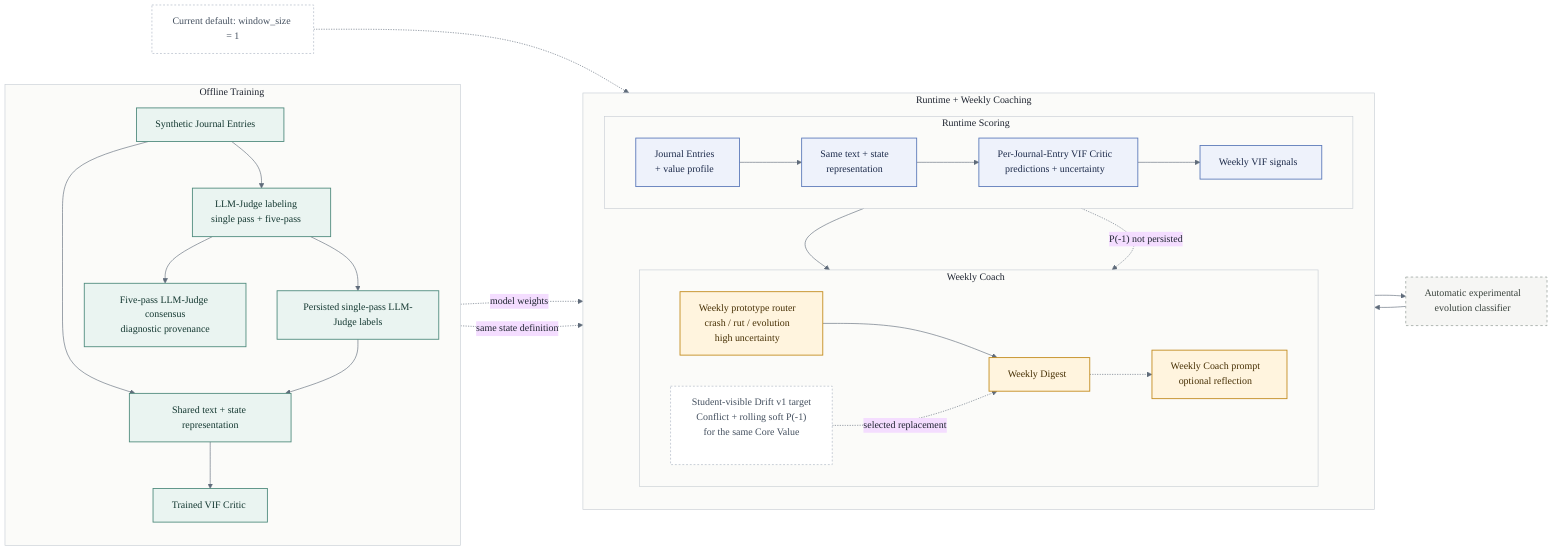
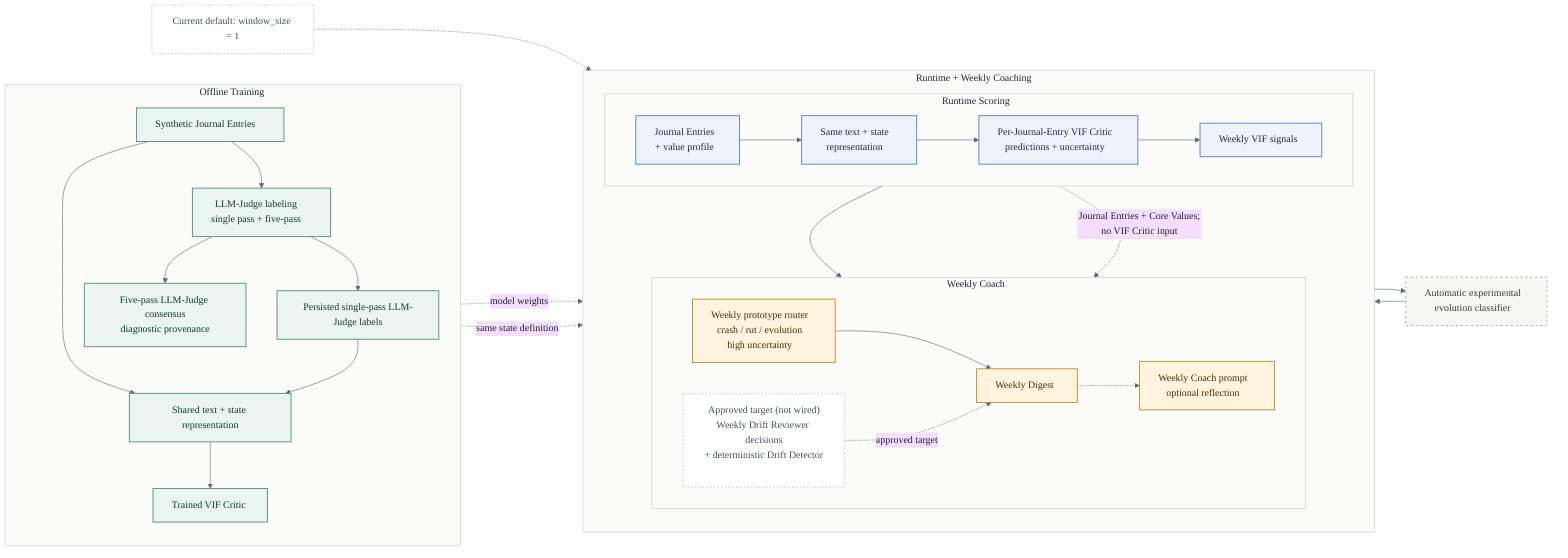
%%{init: {
  'theme': 'base',
  'themeVariables': {
    'fontFamily': 'Aptos, Calibri, Arial, sans-serif',
    'background': '#FFFFFF',
    'lineColor': '#5F6B7A',
    'primaryTextColor': '#1E2430',
    'secondaryTextColor': '#1E2430',
    'tertiaryTextColor': '#1E2430',
    'clusterBkg': '#FBFBF9',
    'clusterBorder': '#C7CDD4'
  }
}}%%
flowchart LR
    classDef offline fill:#EAF4F1,stroke:#4E8A7C,color:#143831,stroke-width:1.4px;
    classDef runtime fill:#EEF2FB,stroke:#5A78B9,color:#1C2A4A,stroke-width:1.4px;
    classDef coach fill:#FFF4DE,stroke:#C28A1B,color:#473004,stroke-width:1.4px;
    classDef optional fill:#F6F6F4,stroke:#9AA39D,color:#38413B,stroke-dasharray: 4 4,stroke-width:1.2px;
    classDef note fill:#FFFFFF,stroke:#AAB4C2,color:#44505F,stroke-dasharray: 3 3;

    subgraph offline_lane["Offline Training"]
        direction TB
        synth["Synthetic Journal Entries"]
        judge["LLM-Judge labeling<br/>single pass + five-pass"]
        labels["Persisted single-pass LLM-Judge labels"]
        consensus["Five-pass LLM-Judge consensus<br/>diagnostic provenance"]
        shared_train["Shared text + state representation"]
        critic_model["Trained VIF Critic"]
        synth --> shared_train --> critic_model
        synth --> judge
        judge --> labels
        judge --> consensus
        labels --> shared_train
    end

    subgraph product_lane["Runtime + Weekly Coaching"]
        direction TB
        subgraph runtime_lane["Runtime Scoring"]
            direction LR
            history["Journal Entries<br/>+ value profile"]
            shared_runtime["Same text + state<br/>representation"]
            entry_scores["Per-Journal-Entry VIF Critic<br/>predictions + uncertainty"]
            weekly["Weekly VIF signals"]
            history --> shared_runtime --> entry_scores --> weekly
        end
        subgraph coach_lane["Weekly Coach"]
            direction LR
            drift["Weekly prototype router<br/>crash / rut / evolution<br/>high uncertainty"]
-             drift_v1["Student-visible Drift v1 target<br/>Conflict + rolling soft P(-1)<br/>for the same Core Value"]
+             drift_v1["Approved target (not wired)<br/>Weekly Drift Reviewer decisions<br/>+ deterministic Drift Detector"]
            digest["Weekly Digest"]
            coach["Weekly Coach prompt<br/>optional reflection"]
            drift --> digest -.-> coach
        end
    end

    critic_model -. "model weights" .-> entry_scores
    shared_train -. "same state definition" .-> shared_runtime
    weekly --> drift
-     entry_scores -. "P(-1) not persisted" .-> drift_v1
-     drift_v1 -. "selected replacement" .-> digest
+     history -. "Journal Entries + Core Values;<br/>no VIF Critic input" .-> drift_v1
+     drift_v1 -. "approved target" .-> digest

    evolution["Automatic experimental<br/>evolution classifier"]
    weekly --> evolution --> drift

    default_note["Current default: window_size = 1"]
    default_note -.-> shared_runtime

    class synth,judge,labels,consensus,shared_train,critic_model offline;
    class history,shared_runtime,entry_scores,weekly runtime;
    class drift,digest,coach coach;
    class evolution optional;
    class default_note,drift_v1 note;
